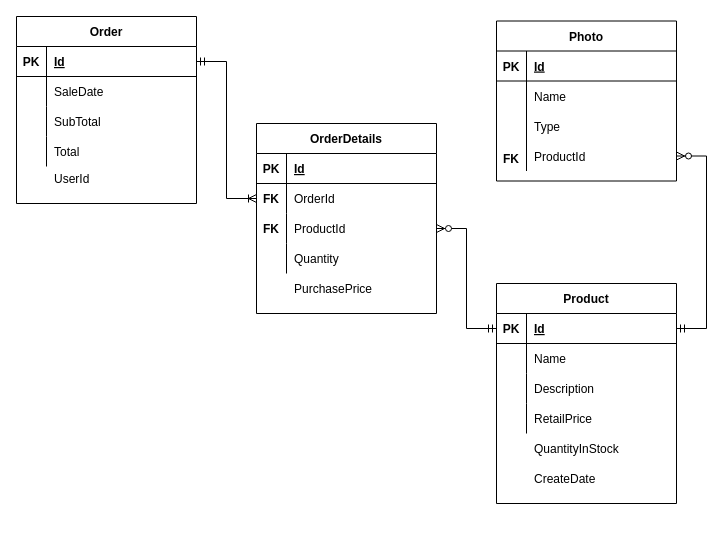
hbux/HBuxPartnersProject keeps this draw.io diagram as Documentation/erd-data.drawio. Above is the earlier version. Source tidied: cells renumbered, new cells numbered last; positions are measured from the earlier drawing's top-left corner, leaving out a move shared by most shapes. Both pictures are drawn from the tidied source at 100%, with x=0, y=0 at pixel (16, 16).
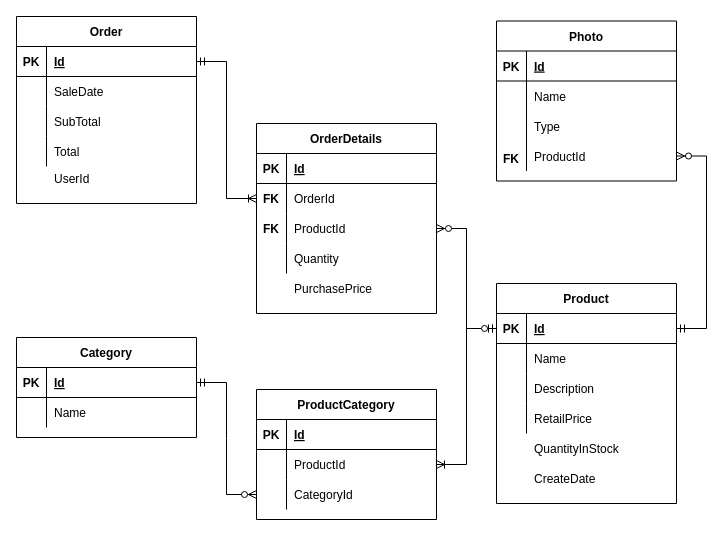
Above is the later version.

The change refers to these unchanged cells:
```xml
<mxCell id="32" style="shape=tableRow;horizontal=0;startSize=0;swimlaneHead=0;swimlaneBody=0;fillColor=none;points=[[0,0.5],[1,0.5]];portConstraint=eastwest;top=0;left=0;right=0;bottom=1;" parent="31" vertex="1">
  <mxGeometry y="30" width="180" height="30" as="geometry" />
</mxCell>
```

Diff of the diagram source:
```diff
@@
+    <mxCell id="72" value="Category" style="shape=table;startSize=30;childLayout=tableLayout;rowLines=0;fontStyle=1;align=center;" parent="1" vertex="1">
+      <mxGeometry y="321" width="180" height="100" as="geometry" />
+    </mxCell>
+    <mxCell id="73" style="shape=tableRow;horizontal=0;startSize=0;swimlaneHead=0;swimlaneBody=0;fillColor=none;points=[[0,0.5],[1,0.5]];portConstraint=eastwest;top=0;left=0;right=0;bottom=1;" parent="72" vertex="1">
+      <mxGeometry y="30" width="180" height="30" as="geometry" />
+    </mxCell>
+    <mxCell id="74" value="PK" style="shape=partialRectangle;fillColor=none;top=0;left=0;bottom=0;right=0;fontStyle=1;overflow=hidden;" parent="73" vertex="1">
+      <mxGeometry width="30" height="30" as="geometry" />
+    </mxCell>
+    <mxCell id="75" value="Id" style="shape=partialRectangle;fillColor=none;top=0;left=0;bottom=0;right=0;align=left;spacingLeft=6;fontStyle=5;overflow=hidden;" parent="73" vertex="1">
+      <mxGeometry x="30" width="150" height="30" as="geometry" />
+    </mxCell>
+    <mxCell id="76" style="shape=tableRow;horizontal=0;startSize=0;swimlaneHead=0;swimlaneBody=0;fillColor=none;top=0;left=0;right=0;bottom=0;" parent="72" vertex="1">
+      <mxGeometry y="60" width="180" height="30" as="geometry" />
+    </mxCell>
+    <mxCell id="77" style="shape=partialRectangle;fillColor=none;top=0;left=0;bottom=0;right=0;overflow=hidden;" parent="76" vertex="1">
+      <mxGeometry width="30" height="30" as="geometry" />
+    </mxCell>
+    <mxCell id="78" value="Name" style="shape=partialRectangle;fillColor=none;top=0;left=0;bottom=0;right=0;align=left;spacingLeft=6;overflow=hidden;" parent="76" vertex="1">
+      <mxGeometry x="30" width="150" height="30" as="geometry" />
+    </mxCell>
+    <mxCell id="79" value="ProductCategory" style="shape=table;startSize=30;childLayout=tableLayout;rowLines=0;fontStyle=1;align=center;" parent="1" vertex="1">
+      <mxGeometry x="240" y="373" width="180" height="130" as="geometry" />
+    </mxCell>
+    <mxCell id="80" style="shape=tableRow;horizontal=0;startSize=0;swimlaneHead=0;swimlaneBody=0;fillColor=none;top=0;left=0;right=0;bottom=1;" parent="79" vertex="1">
+      <mxGeometry y="30" width="180" height="30" as="geometry" />
+    </mxCell>
+    <mxCell id="81" value="PK" style="shape=partialRectangle;fillColor=none;top=0;left=0;bottom=0;right=0;fontStyle=1;overflow=hidden;" parent="80" vertex="1">
+      <mxGeometry width="30" height="30" as="geometry" />
+    </mxCell>
+    <mxCell id="82" value="Id" style="shape=partialRectangle;fillColor=none;top=0;left=0;bottom=0;right=0;align=left;spacingLeft=6;fontStyle=5;overflow=hidden;" parent="80" vertex="1">
+      <mxGeometry x="30" width="150" height="30" as="geometry" />
+    </mxCell>
+    <mxCell id="83" style="shape=tableRow;horizontal=0;startSize=0;swimlaneHead=0;swimlaneBody=0;fillColor=none;points=[[0,0.5],[1,0.5]];portConstraint=eastwest;top=0;left=0;right=0;bottom=0;" parent="79" vertex="1">
+      <mxGeometry y="60" width="180" height="30" as="geometry" />
+    </mxCell>
+    <mxCell id="84" style="shape=partialRectangle;fillColor=none;top=0;left=0;bottom=0;right=0;overflow=hidden;" parent="83" vertex="1">
+      <mxGeometry width="30" height="30" as="geometry" />
+    </mxCell>
+    <mxCell id="85" value="ProductId" style="shape=partialRectangle;fillColor=none;top=0;left=0;bottom=0;right=0;align=left;spacingLeft=6;overflow=hidden;" parent="83" vertex="1">
+      <mxGeometry x="30" width="150" height="30" as="geometry" />
+    </mxCell>
+    <mxCell id="86" style="shape=tableRow;horizontal=0;startSize=0;swimlaneHead=0;swimlaneBody=0;fillColor=none;points=[[0,0.5],[1,0.5]];portConstraint=eastwest;top=0;left=0;right=0;bottom=0;" parent="79" vertex="1">
+      <mxGeometry y="90" width="180" height="30" as="geometry" />
+    </mxCell>
+    <mxCell id="87" style="shape=partialRectangle;fillColor=none;top=0;left=0;bottom=0;right=0;overflow=hidden;" parent="86" vertex="1">
+      <mxGeometry width="30" height="30" as="geometry" />
+    </mxCell>
+    <mxCell id="88" value="CategoryId" style="shape=partialRectangle;fillColor=none;top=0;left=0;bottom=0;right=0;align=left;spacingLeft=6;overflow=hidden;" parent="86" vertex="1">
+      <mxGeometry x="30" width="150" height="30" as="geometry" />
+    </mxCell>
+    <mxCell id="89" style="edgeStyle=entityRelationEdgeStyle;fontSize=12;html=1;endArrow=ERoneToMany;startArrow=ERzeroToOne;rounded=0;" parent="1" edge="1" source="32" target="83">
+      <mxGeometry relative="1" as="geometry" />
+    </mxCell>
+    <mxCell id="90" style="edgeStyle=entityRelationEdgeStyle;fontSize=12;html=1;endArrow=ERzeroToMany;startArrow=ERmandOne;rounded=0;" parent="1" edge="1" source="73" target="86">
+      <mxGeometry relative="1" as="geometry" />
+    </mxCell>
```
